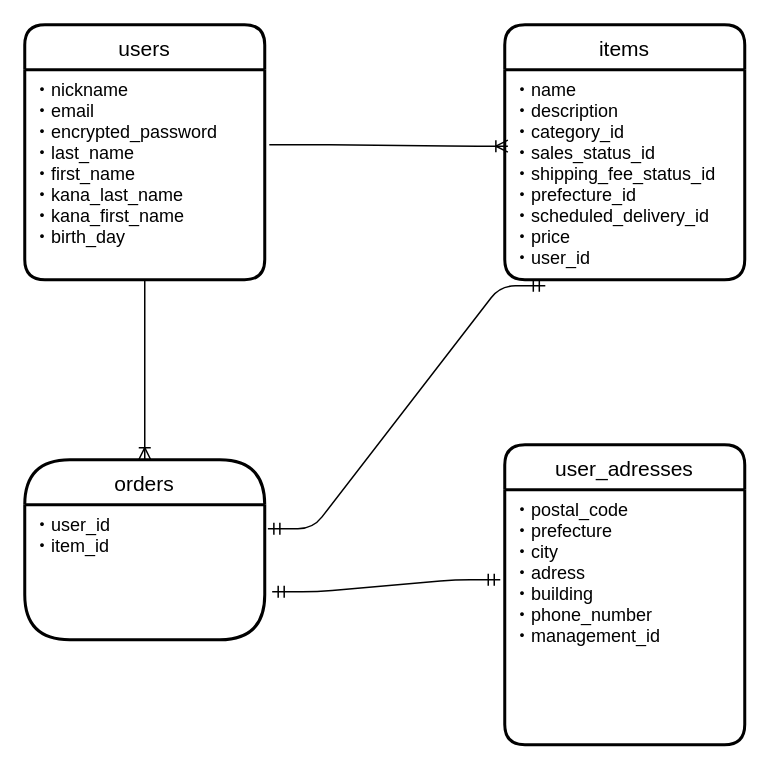
This is er.dio from takao888/furima-33021, a draw.io file, before an edit. Source tidied: cells renumbered, new cells numbered last; positions are measured from the earlier drawing's top-left corner, leaving out a move shared by most shapes. Both pictures are drawn from the tidied source at 150%, with x=0, y=0 at pixel (24, 24).
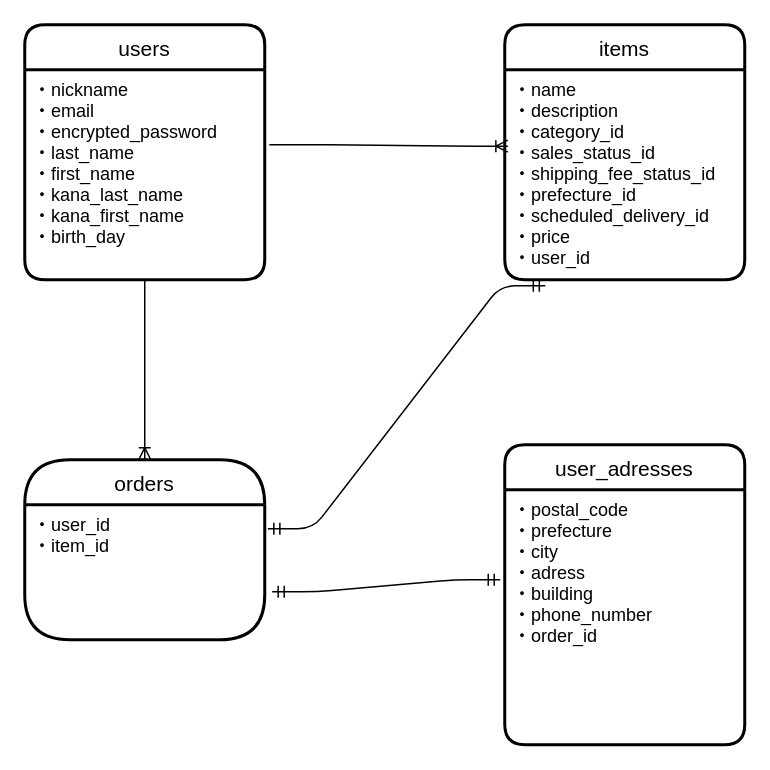
The same page after the edit.

Commit message:
データベース設計変更点

Change to the diagram source:
```diff
@@
 <mxGraphModel>
   <root>
     <mxCell id="0" />
     <mxCell id="1" parent="0" />
     <mxCell id="2" value="users" style="swimlane;horizontal=1;startSize=30;rounded=1;fontSize=14;fontStyle=0;strokeWidth=2;shadow=0;dashed=0;align=center;" parent="1" vertex="1">
       <mxGeometry width="160" height="170" as="geometry" />
     </mxCell>
     <mxCell id="3" value="・nickname&#10;・email&#10;・encrypted_password&#10;・last_name&#10;・first_name&#10;・kana_last_name&#10;・kana_first_name&#10;・birth_day&#10;" style="align=left;strokeColor=none;fillColor=none;spacingLeft=4;fontSize=12;verticalAlign=top;" parent="2" vertex="1">
       <mxGeometry y="30" width="160" height="140" as="geometry" />
     </mxCell>
     <mxCell id="4" value="items" style="swimlane;horizontal=1;startSize=30;rounded=1;fontSize=14;fontStyle=0;strokeWidth=2;shadow=0;dashed=0;align=center;" parent="1" vertex="1">
       <mxGeometry x="320" width="160" height="170" as="geometry" />
     </mxCell>
     <mxCell id="5" value="・name&#10;・description&#10;・category_id&#10;・sales_status_id&#10;・shipping_fee_status_id&#10;・prefecture_id&#10;・scheduled_delivery_id&#10;・price&#10;・user_id" style="align=left;strokeColor=none;fillColor=none;spacingLeft=4;fontSize=12;verticalAlign=top;" parent="4" vertex="1">
       <mxGeometry y="30" width="160" height="140" as="geometry" />
     </mxCell>
     <mxCell id="6" value="user_adresses" style="swimlane;horizontal=1;startSize=30;rounded=1;fontSize=14;fontStyle=0;strokeWidth=2;shadow=0;dashed=0;align=center;" parent="1" vertex="1">
       <mxGeometry x="320" y="280" width="160" height="200" as="geometry" />
     </mxCell>
-    <mxCell id="7" value="・postal_code&#10;・prefecture&#10;・city&#10;・adress&#10;・building&#10;・phone_number&#10;・management_id&#10;" style="align=left;strokeColor=none;fillColor=none;spacingLeft=4;fontSize=12;verticalAlign=top;" parent="6" vertex="1">
+    <mxCell id="7" value="・postal_code&#10;・prefecture&#10;・city&#10;・adress&#10;・building&#10;・phone_number&#10;・order_id&#10;" style="align=left;strokeColor=none;fillColor=none;spacingLeft=4;fontSize=12;verticalAlign=top;" parent="6" vertex="1">
       <mxGeometry y="30" width="160" height="170" as="geometry" />
     </mxCell>
     <mxCell id="8" value="orders" style="swimlane;horizontal=1;startSize=30;rounded=1;fontSize=14;fontStyle=0;strokeWidth=2;shadow=0;dashed=0;align=center;arcSize=34;" parent="1" vertex="1">
       <mxGeometry y="290" width="160" height="120" as="geometry" />
     </mxCell>
     <mxCell id="9" value="・user_id&#10;・item_id" style="align=left;strokeColor=none;fillColor=none;spacingLeft=4;fontSize=12;verticalAlign=top;" parent="8" vertex="1">
       <mxGeometry y="30" width="160" height="90" as="geometry" />
     </mxCell>
     <mxCell id="10" style="edgeStyle=entityRelationEdgeStyle;fontSize=12;html=1;endArrow=ERoneToMany;entryX=0.013;entryY=0.364;entryDx=0;entryDy=0;entryPerimeter=0;exitX=1.019;exitY=0.357;exitDx=0;exitDy=0;exitPerimeter=0;" parent="1" edge="1" source="3" target="5">
       <mxGeometry relative="1" as="geometry" />
     </mxCell>
     <mxCell id="11" style="fontSize=12;html=1;endArrow=ERoneToMany;entryX=0.5;entryY=0;entryDx=0;entryDy=0;" parent="1" edge="1" target="8">
       <mxGeometry relative="1" as="geometry">
         <mxPoint x="80" y="170" as="sourcePoint" />
       </mxGeometry>
     </mxCell>
     <mxCell id="12" style="edgeStyle=entityRelationEdgeStyle;fontSize=12;html=1;endArrow=ERmandOne;startArrow=ERmandOne;exitX=0.169;exitY=1.029;exitDx=0;exitDy=0;exitPerimeter=0;entryX=1.013;entryY=0.178;entryDx=0;entryDy=0;entryPerimeter=0;" parent="1" edge="1" source="5" target="9">
       <mxGeometry relative="1" as="geometry" />
     </mxCell>
     <mxCell id="13" style="edgeStyle=entityRelationEdgeStyle;fontSize=12;html=1;endArrow=ERmandOne;startArrow=ERmandOne;exitX=1.031;exitY=0.644;exitDx=0;exitDy=0;exitPerimeter=0;" parent="1" edge="1" source="9">
       <mxGeometry relative="1" as="geometry">
         <mxPoint x="317" y="370" as="targetPoint" />
       </mxGeometry>
     </mxCell>
   </root>
 </mxGraphModel>
```
